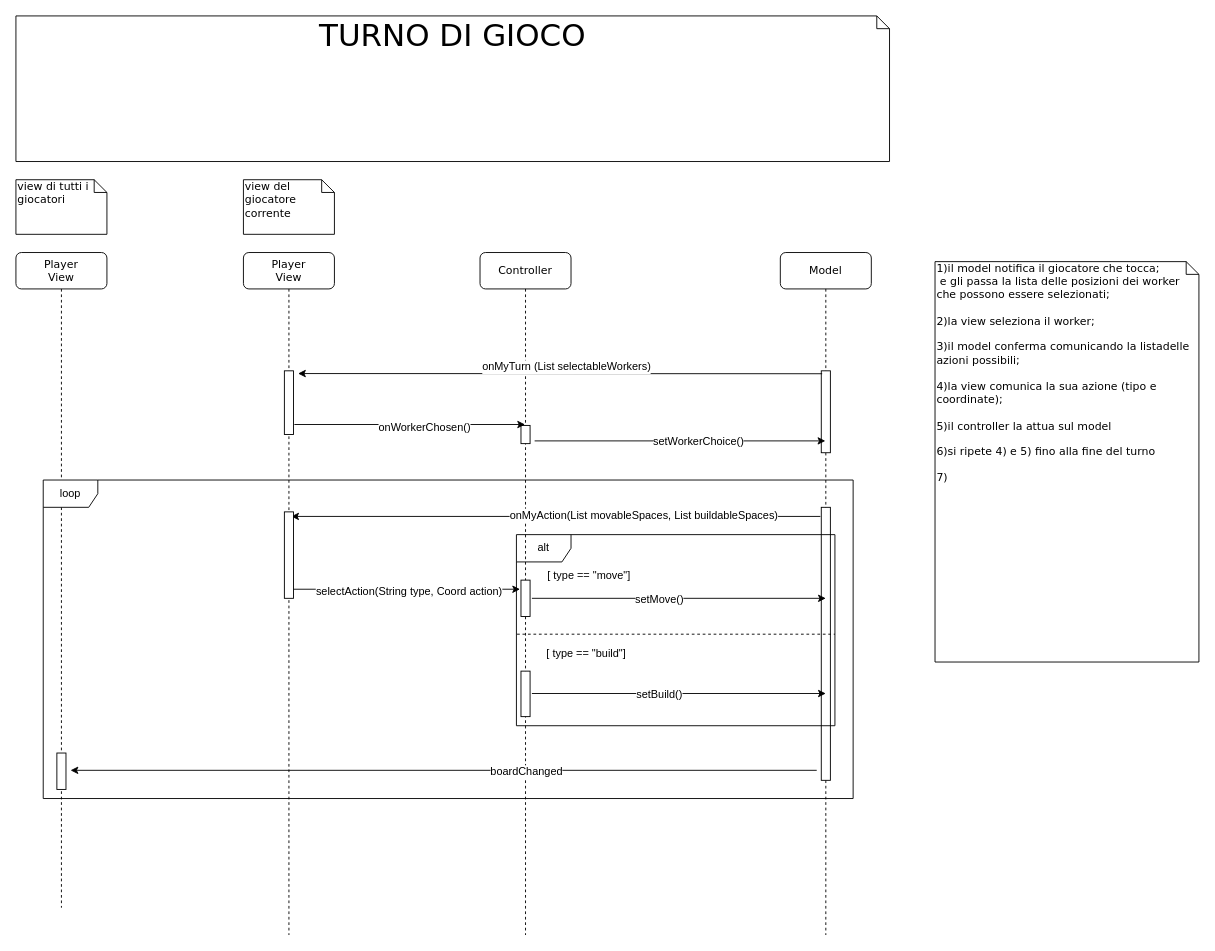
Earlier version of the draw.io diagram Sequence Diagram - Turno di gioco - v2.drawio (massitaverna/ing-sw-2020-taverna-sorrentino-stagnoli). Source tidied: cells renumbered, new cells numbered last; positions are measured from the earlier drawing's top-left corner, leaving out a move shared by most shapes. Both pictures are drawn from the tidied source at 91%, with x=0, y=0 at pixel (15, 15).
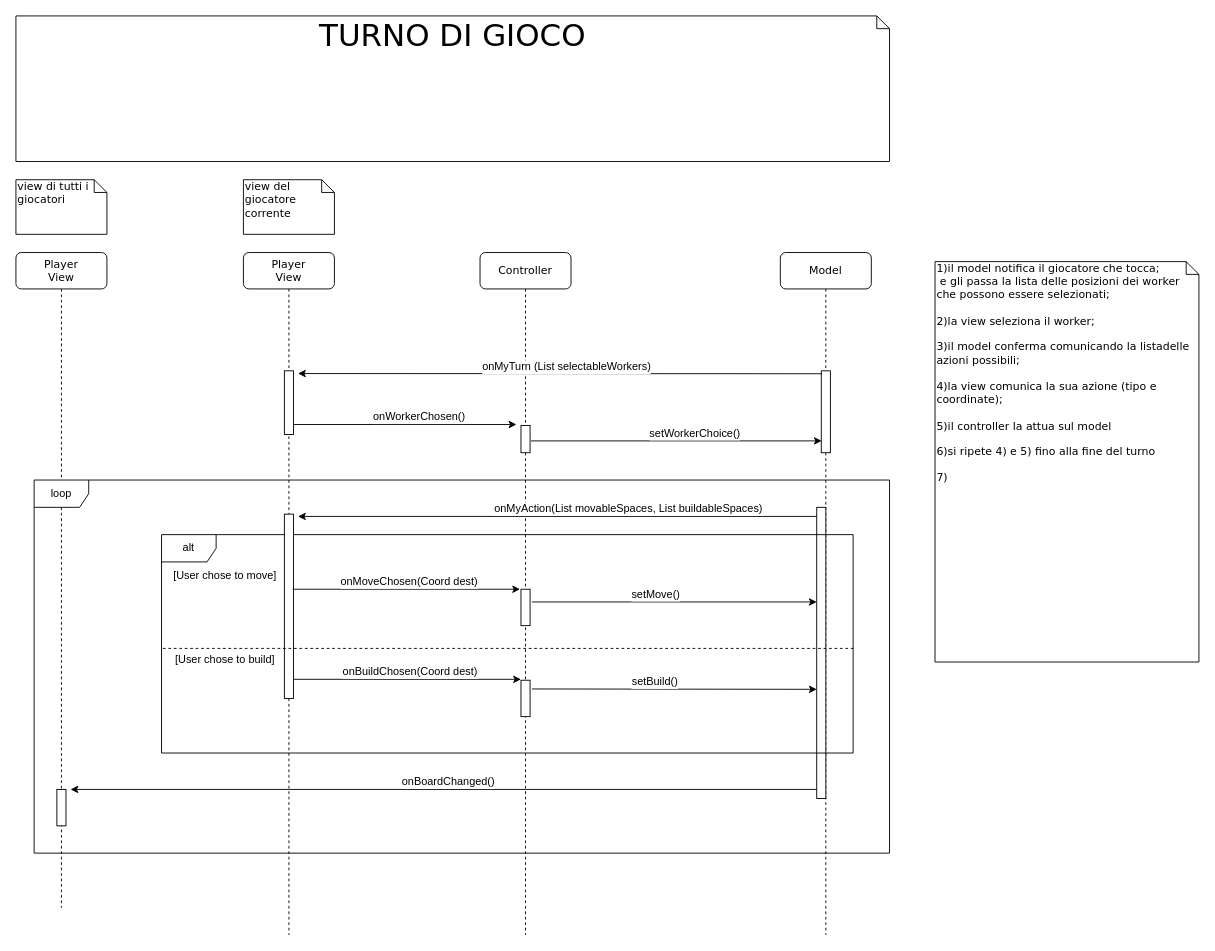
The same diagram, later.

The change refers to these unchanged cells:
```xml
<mxCell id="6" value="Controller" style="shape=umlLifeline;perimeter=lifelinePerimeter;whiteSpace=wrap;html=1;rounded=1;shadow=0;comic=0;labelBackgroundColor=none;strokeWidth=1;fontFamily=Verdana;fontSize=12;align=center;" parent="1" vertex="1">
  <mxGeometry x="510" y="260" width="100" height="750" as="geometry" />
</mxCell>
<mxCell id="9" value="Player&lt;div&gt;View&lt;/div&gt;" style="shape=umlLifeline;perimeter=lifelinePerimeter;whiteSpace=wrap;html=1;rounded=1;shadow=0;comic=0;labelBackgroundColor=none;strokeWidth=1;fontFamily=Verdana;fontSize=12;align=center;" parent="1" vertex="1">
  <mxGeometry x="250" y="260" width="100" height="750" as="geometry" />
</mxCell>
<mxCell id="24" style="endArrow=classic;html=1;" parent="1" edge="1">
  <mxGeometry relative="1" as="geometry">
    <mxPoint x="304" y="630" as="sourcePoint" />
    <mxPoint x="554" y="630" as="targetPoint" />
  </mxGeometry>
</mxCell>
```

Change to the diagram source:
```diff
@@
+    <mxCell id="12" value="Player&lt;div&gt;View&lt;/div&gt;" style="shape=umlLifeline;perimeter=lifelinePerimeter;whiteSpace=wrap;html=1;rounded=1;shadow=0;comic=0;labelBackgroundColor=none;strokeWidth=1;fontFamily=Verdana;fontSize=12;align=center;" parent="1" vertex="1">
+      <mxGeometry y="260" width="100" height="720" as="geometry" />
+    </mxCell>
+    <mxCell id="13" style="html=1;perimeter=orthogonalPerimeter;rounded=0;shadow=0;comic=0;labelBackgroundColor=none;strokeWidth=1;fontFamily=Verdana;fontSize=12;align=center;" parent="12" vertex="1">
+      <mxGeometry x="45" y="590" width="10" height="40" as="geometry" />
+    </mxCell>
+    <mxCell id="37" value="loop" style="shape=umlFrame;whiteSpace=wrap;html=1;" parent="1" vertex="1">
+      <mxGeometry x="20" y="510" width="940" height="410" as="geometry" />
+    </mxCell>
@@
     <mxCell id="4" style="html=1;perimeter=orthogonalPerimeter;rounded=0;shadow=0;comic=0;labelBackgroundColor=none;strokeWidth=1;fontFamily=Verdana;fontSize=12;align=center;" parent="1" vertex="1">
-      <mxGeometry x="885" y="540" width="10" height="300" as="geometry" />
+      <mxGeometry x="880" y="540" width="10" height="320" as="geometry" />
     </mxCell>
     <mxCell id="5" value="alt" style="shape=umlFrame;whiteSpace=wrap;html=1;" parent="1" vertex="1">
-      <mxGeometry x="550" y="570" width="350" height="210" as="geometry" />
+      <mxGeometry x="160" y="570" width="760" height="240" as="geometry" />
     </mxCell>
@@
     <mxCell id="7" style="html=1;perimeter=orthogonalPerimeter;rounded=0;shadow=0;comic=0;labelBackgroundColor=none;strokeWidth=1;fontFamily=Verdana;fontSize=12;align=center;" parent="6" vertex="1">
-      <mxGeometry x="45" y="190" width="10" height="20" as="geometry" />
+      <mxGeometry x="45" y="190" width="10" height="30" as="geometry" />
     </mxCell>
     <mxCell id="8" style="html=1;perimeter=orthogonalPerimeter;rounded=0;shadow=0;comic=0;labelBackgroundColor=none;strokeWidth=1;fontFamily=Verdana;fontSize=12;align=center;" parent="6" vertex="1">
-      <mxGeometry x="45" y="360" width="10" height="40" as="geometry" />
+      <mxGeometry x="45" y="370" width="10" height="40" as="geometry" />
     </mxCell>
@@
+    <mxCell id="38" style="html=1;perimeter=orthogonalPerimeter;rounded=0;shadow=0;comic=0;labelBackgroundColor=none;strokeWidth=1;fontFamily=Verdana;fontSize=12;align=center;" parent="9" vertex="1">
+      <mxGeometry x="45" y="287.5" width="10" height="202.5" as="geometry" />
+    </mxCell>
@@
-    <mxCell id="12" value="Player&lt;div&gt;View&lt;/div&gt;" style="shape=umlLifeline;perimeter=lifelinePerimeter;whiteSpace=wrap;html=1;rounded=1;shadow=0;comic=0;labelBackgroundColor=none;strokeWidth=1;fontFamily=Verdana;fontSize=12;align=center;" parent="1" vertex="1">
-      <mxGeometry y="260" width="100" height="720" as="geometry" />
-    </mxCell>
-    <mxCell id="13" style="html=1;perimeter=orthogonalPerimeter;rounded=0;shadow=0;comic=0;labelBackgroundColor=none;strokeWidth=1;fontFamily=Verdana;fontSize=12;align=center;" parent="12" vertex="1">
-      <mxGeometry x="45" y="550" width="10" height="40" as="geometry" />
-    </mxCell>
@@
-    <mxCell id="18" style="endArrow=classic;html=1;exitX=1.1;exitY=0.493;exitDx=0;exitDy=0;exitPerimeter=0;" parent="1" edge="1">
+    <mxCell id="18" style="endArrow=classic;html=1;" parent="1" edge="1">
       <mxGeometry relative="1" as="geometry">
-        <mxPoint x="306" y="449" as="sourcePoint" />
-        <mxPoint x="559.5" y="449" as="targetPoint" />
+        <mxPoint x="305" y="449" as="sourcePoint" />
+        <mxPoint x="550" y="449" as="targetPoint" />
       </mxGeometry>
     </mxCell>
     <mxCell id="19" value="onWorkerChosen()" style="text;html=1;align=center;verticalAlign=middle;labelBackgroundColor=#ffffff;" parent="18" vertex="1">
-      <mxGeometry x="0.12" y="-3" relative="1" as="geometry" />
+      <mxGeometry x="0.12" y="-3" relative="1" as="geometry">
+        <mxPoint y="-12" as="offset" />
+      </mxGeometry>
     </mxCell>
     <mxCell id="20" style="endArrow=classic;html=1;" parent="1" edge="1">
       <mxGeometry relative="1" as="geometry">
-        <mxPoint x="570" y="467" as="sourcePoint" />
-        <mxPoint x="889.5" y="467" as="targetPoint" />
+        <mxPoint x="566" y="467" as="sourcePoint" />
+        <mxPoint x="885.5" y="467" as="targetPoint" />
       </mxGeometry>
     </mxCell>
     <mxCell id="21" value="setWorkerChoice()" style="text;html=1;align=center;verticalAlign=middle;labelBackgroundColor=#ffffff;" parent="20" vertex="1">
-      <mxGeometry x="0.12" relative="1" as="geometry" />
+      <mxGeometry x="0.12" relative="1" as="geometry">
+        <mxPoint y="-9" as="offset" />
+      </mxGeometry>
     </mxCell>
-    <mxCell id="22" style="endArrow=classic;html=1;exitX=-0.4;exitY=0.665;exitDx=0;exitDy=0;exitPerimeter=0;" parent="1" edge="1">
+    <mxCell id="22" style="endArrow=classic;html=1;" parent="1" edge="1">
       <mxGeometry relative="1" as="geometry">
-        <mxPoint x="884" y="550" as="sourcePoint" />
-        <mxPoint x="302.5" y="550" as="targetPoint" />
+        <mxPoint x="880" y="550" as="sourcePoint" />
+        <mxPoint x="310" y="550" as="targetPoint" />
       </mxGeometry>
     </mxCell>
     <mxCell id="23" value="&lt;div&gt;onMyAction(List movableSpaces, List buildableSpaces)&lt;/div&gt;" style="text;html=1;align=center;verticalAlign=middle;labelBackgroundColor=#ffffff;" parent="22" vertex="1">
-      <mxGeometry x="-0.33" y="-2" relative="1" as="geometry" />
+      <mxGeometry x="-0.33" y="-2" relative="1" as="geometry">
+        <mxPoint x="-17" y="-7" as="offset" />
+      </mxGeometry>
     </mxCell>
@@
-    <mxCell id="25" value="selectAction(String type, Coord action)" style="text;html=1;align=center;verticalAlign=middle;labelBackgroundColor=#ffffff;" parent="24" vertex="1">
+    <mxCell id="25" value="onMoveChosen(Coord dest)" style="text;html=1;align=center;verticalAlign=middle;labelBackgroundColor=#ffffff;" parent="24" vertex="1">
       <mxGeometry x="0.08" y="-2" relative="1" as="geometry">
-        <mxPoint x="-8" as="offset" />
+        <mxPoint x="-8" y="-11" as="offset" />
       </mxGeometry>
     </mxCell>
     <mxCell id="26" style="endArrow=classic;html=1;" parent="1" edge="1">
       <mxGeometry relative="1" as="geometry">
-        <mxPoint x="567" y="640" as="sourcePoint" />
-        <mxPoint x="890" y="640" as="targetPoint" />
+        <mxPoint x="567" y="644" as="sourcePoint" />
+        <mxPoint x="880" y="644" as="targetPoint" />
       </mxGeometry>
     </mxCell>
     <mxCell id="27" value="&lt;div&gt;setMove()&lt;/div&gt;" style="text;html=1;align=center;verticalAlign=middle;labelBackgroundColor=#ffffff;" parent="26" vertex="1">
-      <mxGeometry x="-0.14" y="-1" relative="1" as="geometry" />
+      <mxGeometry x="-0.14" y="-1" relative="1" as="geometry">
+        <mxPoint y="-10" as="offset" />
+      </mxGeometry>
     </mxCell>
     <mxCell id="28" style="endArrow=classic;html=1;" parent="1" edge="1">
       <mxGeometry relative="1" as="geometry">
-        <mxPoint x="880" y="829" as="sourcePoint" />
-        <mxPoint x="60" y="829" as="targetPoint" />
+        <mxPoint x="880" y="850" as="sourcePoint" />
+        <mxPoint x="60" y="850" as="targetPoint" />
       </mxGeometry>
     </mxCell>
-    <mxCell id="29" value="boardChanged" style="text;html=1;align=center;verticalAlign=middle;labelBackgroundColor=#ffffff;" parent="28" vertex="1">
-      <mxGeometry x="-0.22" y="1" relative="1" as="geometry" />
+    <mxCell id="29" value="onBoardChanged()" style="text;html=1;align=center;verticalAlign=middle;labelBackgroundColor=#ffffff;" parent="28" vertex="1">
+      <mxGeometry x="-0.22" y="1" relative="1" as="geometry">
+        <mxPoint x="-86" y="-10" as="offset" />
+      </mxGeometry>
     </mxCell>
@@
-    <mxCell id="31" value="[ type == &quot;move&quot;]" style="text;html=1;strokeColor=none;fillColor=none;align=center;verticalAlign=middle;whiteSpace=wrap;rounded=0;" parent="1" vertex="1">
-      <mxGeometry x="570" y="605" width="120" height="20" as="geometry" />
+    <mxCell id="31" value="[User chose to move]" style="text;html=1;strokeColor=none;fillColor=none;align=center;verticalAlign=middle;whiteSpace=wrap;rounded=0;" parent="1" vertex="1">
+      <mxGeometry x="170" y="605" width="120" height="20" as="geometry" />
     </mxCell>
-    <mxCell id="32" value="[ type == &quot;build&quot;]" style="text;html=1;strokeColor=none;fillColor=none;align=center;verticalAlign=middle;whiteSpace=wrap;rounded=0;" parent="1" vertex="1">
-      <mxGeometry x="567" y="691" width="120" height="20" as="geometry" />
+    <mxCell id="32" value="[User chose to build]" style="text;html=1;strokeColor=none;fillColor=none;align=center;verticalAlign=middle;whiteSpace=wrap;rounded=0;" parent="1" vertex="1">
+      <mxGeometry x="170" y="698" width="120" height="20" as="geometry" />
     </mxCell>
     <mxCell id="33" style="html=1;perimeter=orthogonalPerimeter;rounded=0;shadow=0;comic=0;labelBackgroundColor=none;strokeWidth=1;fontFamily=Verdana;fontSize=12;align=center;" parent="1" vertex="1">
-      <mxGeometry x="555" y="720" width="10" height="50" as="geometry" />
+      <mxGeometry x="555" y="730" width="10" height="40" as="geometry" />
     </mxCell>
@@
     <mxCell id="35" style="endArrow=classic;html=1;" parent="1" edge="1">
       <mxGeometry relative="1" as="geometry">
-        <mxPoint x="567" y="744.6" as="sourcePoint" />
-        <mxPoint x="890" y="744.6" as="targetPoint" />
+        <mxPoint x="567" y="739.6" as="sourcePoint" />
+        <mxPoint x="880" y="740" as="targetPoint" />
       </mxGeometry>
     </mxCell>
     <mxCell id="36" value="&lt;div&gt;setBuild()&lt;/div&gt;" style="text;html=1;align=center;verticalAlign=middle;labelBackgroundColor=#ffffff;" parent="35" vertex="1">
-      <mxGeometry x="-0.14" y="-1" relative="1" as="geometry" />
+      <mxGeometry x="-0.14" y="-1" relative="1" as="geometry">
+        <mxPoint y="-9" as="offset" />
+      </mxGeometry>
     </mxCell>
-    <mxCell id="37" value="loop" style="shape=umlFrame;whiteSpace=wrap;html=1;" parent="1" vertex="1">
-      <mxGeometry x="30" y="510" width="890" height="350" as="geometry" />
-    </mxCell>
-    <mxCell id="38" style="html=1;perimeter=orthogonalPerimeter;rounded=0;shadow=0;comic=0;labelBackgroundColor=none;strokeWidth=1;fontFamily=Verdana;fontSize=12;align=center;" parent="1" vertex="1">
-      <mxGeometry x="295" y="545" width="10" height="95" as="geometry" />
-    </mxCell>
+    <mxCell id="39" style="endArrow=classic;html=1;" parent="1" edge="1">
+      <mxGeometry relative="1" as="geometry">
+        <mxPoint x="305" y="729" as="sourcePoint" />
+        <mxPoint x="555" y="729" as="targetPoint" />
+      </mxGeometry>
+    </mxCell>
+    <mxCell id="40" value="onBuildChosen(Coord dest)" style="text;html=1;align=center;verticalAlign=middle;labelBackgroundColor=#ffffff;" parent="39" vertex="1">
+      <mxGeometry x="0.08" y="-2" relative="1" as="geometry">
+        <mxPoint x="-8" y="-11" as="offset" />
+      </mxGeometry>
+    </mxCell>
```
